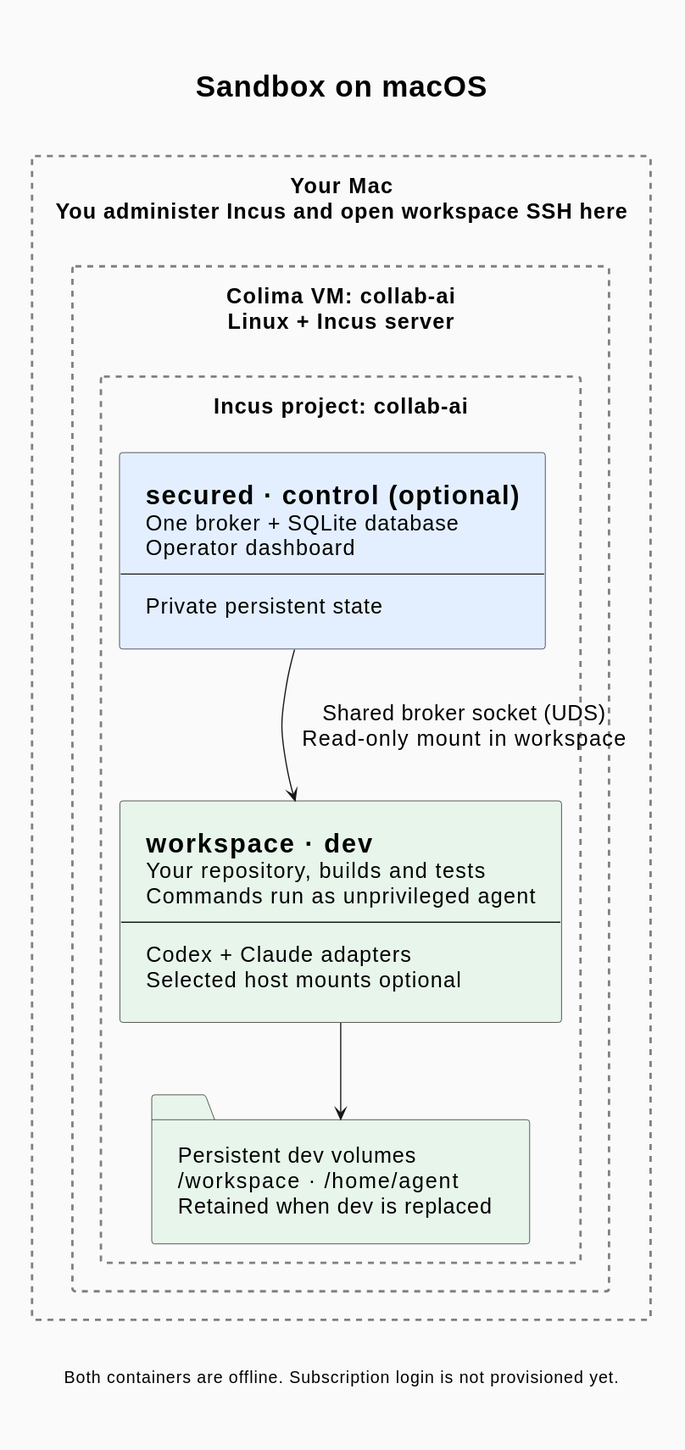
Before: docs/assets/sandbox-macos.svg, a diagram exported from PlantUML (makarski/collab-ai). Its source is kept beside it as docs/assets/sandbox-macos.puml.
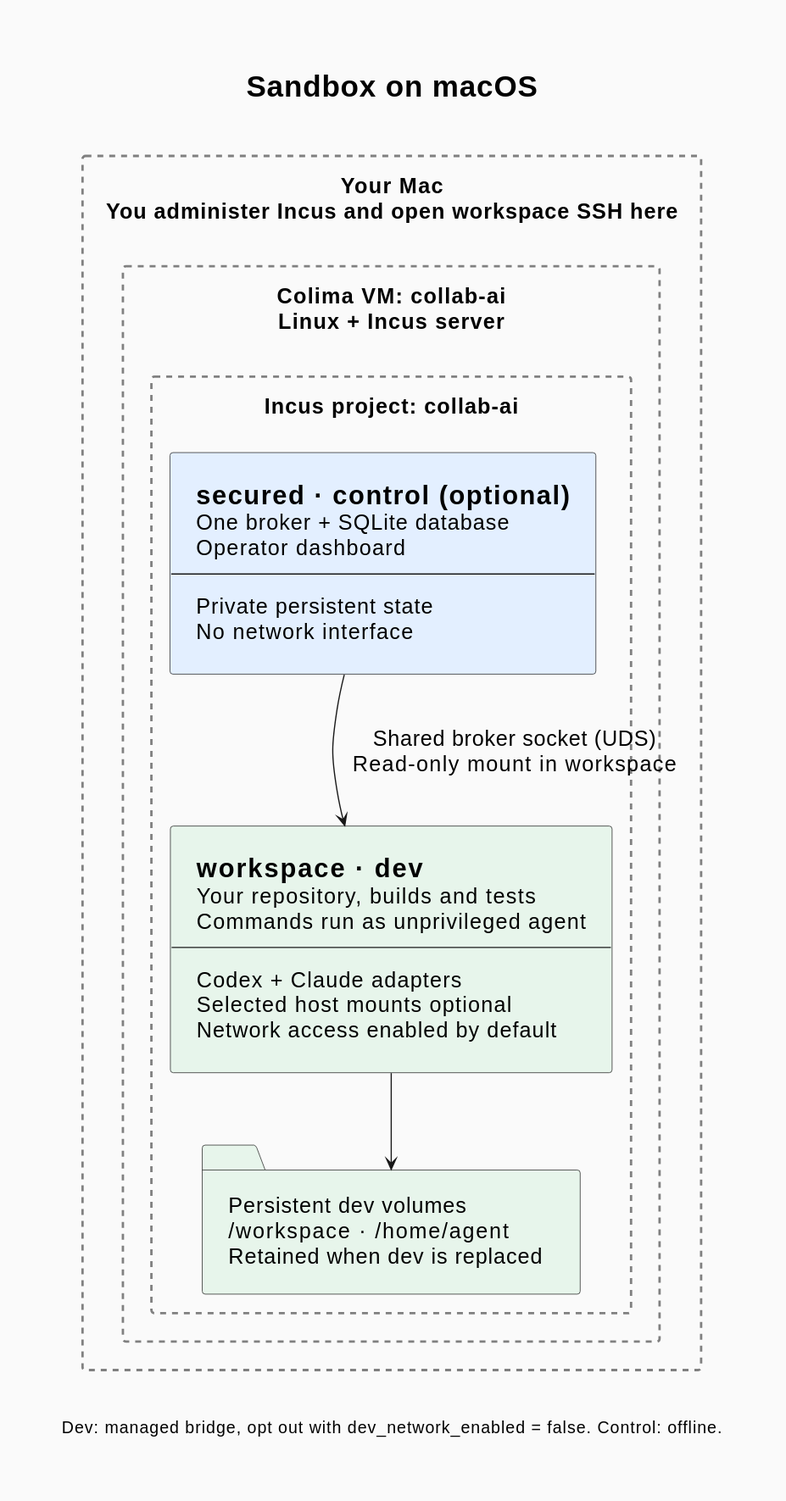
After the commit.

What changed in the source:
```diff
@@ -41,6 +41,7 @@
         Operator dashboard
         --
         Private persistent state
+        No network interface
     ]
     component Workspace <<Workspace>> [
         =workspace · dev
@@ -49,6 +50,7 @@
         --
         Codex + Claude adapters
         Selected host mounts optional
+        Network access enabled by default
     ]
     folder "Persistent dev volumes\n/workspace · /home/agent\nRetained when dev is replaced" as Data <<Workspace>>
     Workspace -down-> Data
@@ -57,6 +59,6 @@
 Secured -down-> Workspace : Shared broker socket (UDS)\nRead-only mount in workspace
 }
 
-caption Both containers are offline. Subscription login is not provisioned yet.
+caption Dev: managed bridge, opt out with dev_network_enabled = false. Control: offline.
 
 @enduml
```
